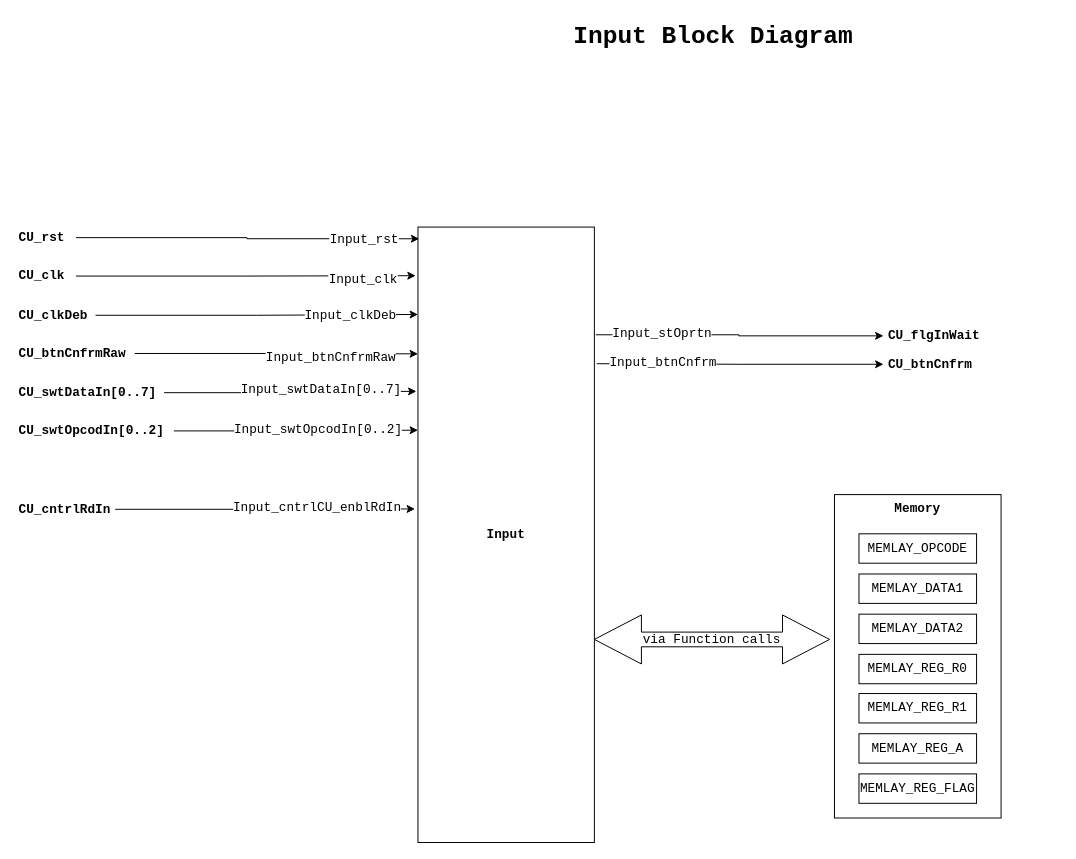
This is page "Input_BD" (5 of 9) of 04_ControlUnit_v1/CPU_Design.drawio from Vichu95/Basic_CPU_FPGA, a draw.io file, before an edit. Source tidied: cells renumbered, new cells numbered last; positions are measured from the earlier drawing's top-left corner, leaving out a move shared by most shapes. Both pictures are drawn from the tidied source at 98%, with x=0, y=0 at pixel (17, 17).
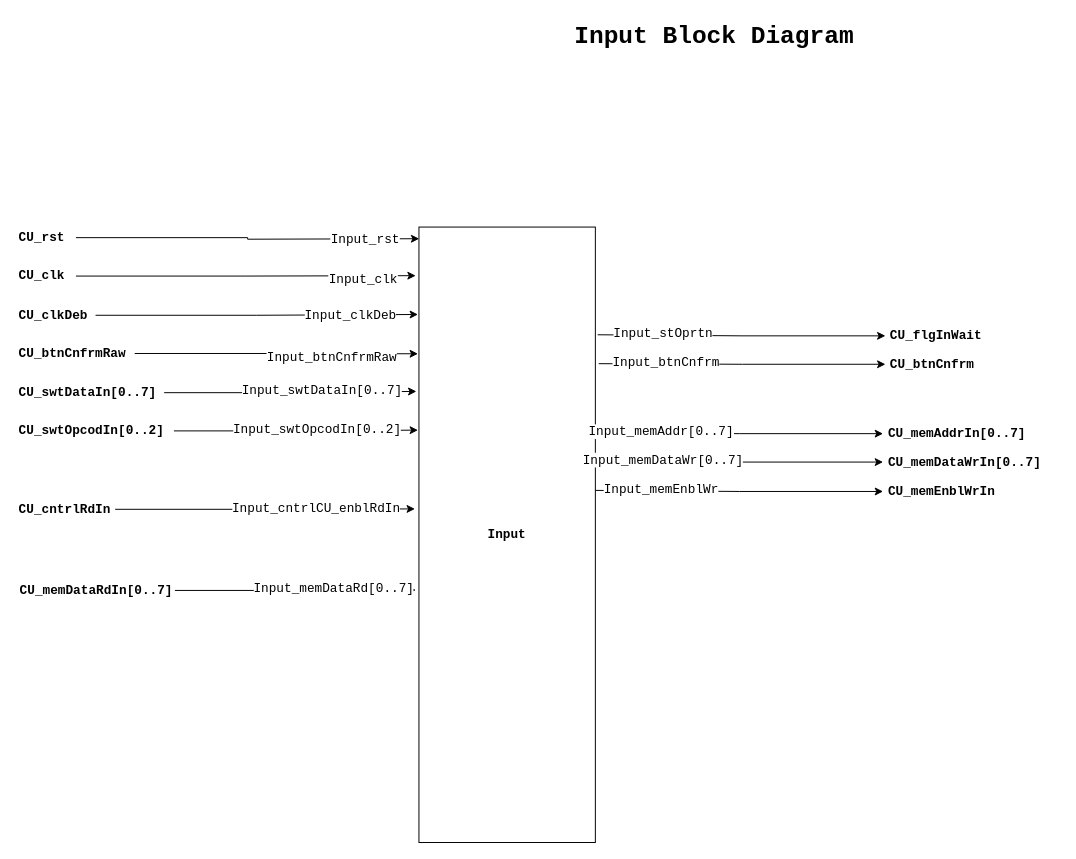
The same diagram, later.

Commit message (it also covers changes not shown here):
Added memory signals to the block diagram. 8bit address and data

The change refers to these unchanged cells:
```xml
<mxCell id="6" value="CU_btnCnfrmRaw" style="text;html=1;align=left;verticalAlign=middle;points=[];strokeColor=none;fillColor=none;fontStyle=1;labelBackgroundColor=none;fontColor=#000000;fontSize=13;fontFamily=Courier New;spacing=2;spacingRight=-13;" parent="1" vertex="1">
  <mxGeometry y="328.2" width="120" height="30" as="geometry" />
</mxCell>
<mxCell id="9" value="CU_rst" style="text;html=1;align=left;verticalAlign=middle;points=[];strokeColor=none;fillColor=none;fontStyle=1;labelBackgroundColor=none;fontColor=#000000;fontSize=13;fontFamily=Courier New;spacing=2;spacingRight=-13;" parent="1" vertex="1">
  <mxGeometry y="210" width="60" height="30" as="geometry" />
</mxCell>
<mxCell id="12" value="CU_swtDataIn[0..7]" style="text;html=1;align=left;verticalAlign=middle;points=[];strokeColor=none;fillColor=none;fontStyle=1;labelBackgroundColor=none;fontColor=#000000;fontSize=13;fontFamily=Courier New;spacing=2;spacingRight=-13;" parent="1" vertex="1">
  <mxGeometry y="368.2" width="150" height="30" as="geometry" />
</mxCell>
<mxCell id="15" value="CU_swtOpcodIn[0..2]" style="text;html=1;align=left;verticalAlign=middle;points=[];strokeColor=none;fillColor=none;fontStyle=1;labelBackgroundColor=none;fontColor=#000000;fontSize=13;fontFamily=Courier New;spacing=2;spacingRight=-13;" parent="1" vertex="1">
  <mxGeometry y="407.2" width="160" height="30" as="geometry" />
</mxCell>
<mxCell id="18" value="CU_clk" style="text;html=1;align=left;verticalAlign=middle;points=[];strokeColor=none;fillColor=none;fontStyle=1;labelBackgroundColor=none;fontColor=#000000;fontSize=13;fontFamily=Courier New;spacing=2;spacingRight=-13;" parent="1" vertex="1">
  <mxGeometry y="249.2" width="60" height="30" as="geometry" />
</mxCell>
<mxCell id="21" value="CU_clkDeb" style="text;html=1;align=left;verticalAlign=middle;points=[];strokeColor=none;fillColor=none;fontStyle=1;labelBackgroundColor=none;fontColor=#000000;fontSize=13;fontFamily=Courier New;spacing=2;spacingRight=-13;" parent="1" vertex="1">
  <mxGeometry y="289.2" width="80" height="30" as="geometry" />
</mxCell>
<mxCell id="24" value="CU_cntrlRdIn" style="text;html=1;align=left;verticalAlign=middle;points=[];strokeColor=none;fillColor=none;fontStyle=1;labelBackgroundColor=none;fontColor=#000000;fontSize=13;fontFamily=Courier New;spacing=2;spacingRight=-13;" parent="1" vertex="1">
  <mxGeometry y="487.2" width="100" height="30" as="geometry" />
</mxCell>
```

The edit, as a diff of the source:
```diff
@@
     <mxCell id="2" value="&lt;font style=&quot;font-size: 25px;&quot;&gt;&lt;b style=&quot;font-size: 25px;&quot;&gt;Input Block Diagram&lt;/b&gt;&lt;/font&gt;" style="text;html=1;align=center;verticalAlign=middle;strokeColor=none;fillColor=none;fontSize=25;fontFamily=Courier New;" parent="1" vertex="1">
-      <mxGeometry x="555" width="310" height="40" as="geometry" />
+      <mxGeometry x="556" width="310" height="40" as="geometry" />
     </mxCell>
     <mxCell id="3" value="&lt;b&gt;&lt;font style=&quot;font-size: 13px;&quot;&gt;Input&lt;/font&gt;&lt;/b&gt;" style="rounded=0;whiteSpace=wrap;html=1;fontFamily=Courier New;fontSize=11;" parent="1" vertex="1">
-      <mxGeometry x="409" y="214.2" width="180" height="628" as="geometry" />
+      <mxGeometry x="410" y="214.2" width="180" height="628" as="geometry" />
     </mxCell>
-    <mxCell id="4" style="edgeStyle=orthogonalEdgeStyle;rounded=0;jettySize=auto;html=1;entryX=0;entryY=0.206;entryDx=0;entryDy=0;entryPerimeter=0;fontFamily=Courier New;fontSize=13;fontColor=#000000;" parent="1" edge="1" source="6" target="3">
-      <mxGeometry relative="1" as="geometry" />
+    <mxCell id="4" style="edgeStyle=orthogonalEdgeStyle;rounded=0;jettySize=auto;html=1;entryX=0;entryY=0.206;entryDx=0;entryDy=0;entryPerimeter=0;fontFamily=Courier New;fontSize=13;fontColor=#000000;" parent="1" edge="1" source="6">
+      <mxGeometry relative="1" as="geometry">
+        <mxPoint x="409" y="343.5" as="targetPoint" />
+      </mxGeometry>
     </mxCell>
@@
-    <mxCell id="7" style="edgeStyle=orthogonalEdgeStyle;rounded=0;jettySize=auto;html=1;fontFamily=Courier New;fontSize=13;fontColor=#0000FF;entryX=0.007;entryY=0.019;entryDx=0;entryDy=0;entryPerimeter=0;" parent="1" edge="1" source="9" target="3">
-      <mxGeometry relative="1" as="geometry" />
+    <mxCell id="7" style="edgeStyle=orthogonalEdgeStyle;rounded=0;jettySize=auto;html=1;fontFamily=Courier New;fontSize=13;fontColor=#0000FF;entryX=0.007;entryY=0.019;entryDx=0;entryDy=0;entryPerimeter=0;" parent="1" edge="1" source="9">
+      <mxGeometry relative="1" as="geometry">
+        <mxPoint x="410.3" y="226.1" as="targetPoint" />
+      </mxGeometry>
     </mxCell>
@@
-    <mxCell id="10" style="edgeStyle=orthogonalEdgeStyle;rounded=0;jettySize=auto;html=1;fontFamily=Courier New;fontSize=13;fontColor=#000000;entryX=-0.009;entryY=0.267;entryDx=0;entryDy=0;entryPerimeter=0;" parent="1" edge="1" source="12" target="3">
-      <mxGeometry relative="1" as="geometry" />
+    <mxCell id="10" style="edgeStyle=orthogonalEdgeStyle;rounded=0;jettySize=auto;html=1;fontFamily=Courier New;fontSize=13;fontColor=#000000;entryX=-0.009;entryY=0.267;entryDx=0;entryDy=0;entryPerimeter=0;" parent="1" edge="1" source="12">
+      <mxGeometry relative="1" as="geometry">
+        <mxPoint x="407.4" y="381.9" as="targetPoint" />
+      </mxGeometry>
     </mxCell>
@@
-    <mxCell id="13" style="edgeStyle=orthogonalEdgeStyle;rounded=0;jettySize=auto;html=1;entryX=0;entryY=0.33;entryDx=0;entryDy=0;entryPerimeter=0;fontFamily=Courier New;fontSize=13;fontColor=#000000;" parent="1" edge="1" source="15" target="3">
-      <mxGeometry relative="1" as="geometry" />
+    <mxCell id="13" style="edgeStyle=orthogonalEdgeStyle;rounded=0;jettySize=auto;html=1;entryX=0;entryY=0.33;entryDx=0;entryDy=0;entryPerimeter=0;fontFamily=Courier New;fontSize=13;fontColor=#000000;" parent="1" edge="1" source="15">
+      <mxGeometry relative="1" as="geometry">
+        <mxPoint x="409" y="421.4" as="targetPoint" />
+      </mxGeometry>
     </mxCell>
@@
-    <mxCell id="16" style="edgeStyle=orthogonalEdgeStyle;rounded=0;jettySize=auto;html=1;entryX=-0.013;entryY=0.079;entryDx=0;entryDy=0;entryPerimeter=0;fontFamily=Courier New;fontSize=13;fontColor=#000000;" parent="1" edge="1" source="18" target="3">
-      <mxGeometry relative="1" as="geometry" />
+    <mxCell id="16" style="edgeStyle=orthogonalEdgeStyle;rounded=0;jettySize=auto;html=1;entryX=-0.013;entryY=0.079;entryDx=0;entryDy=0;entryPerimeter=0;fontFamily=Courier New;fontSize=13;fontColor=#000000;" parent="1" edge="1" source="18">
+      <mxGeometry relative="1" as="geometry">
+        <mxPoint x="406.7" y="263.8" as="targetPoint" />
+      </mxGeometry>
     </mxCell>
@@
-    <mxCell id="19" style="edgeStyle=orthogonalEdgeStyle;rounded=0;jettySize=auto;html=1;entryX=0;entryY=0.142;entryDx=0;entryDy=0;fontFamily=Courier New;fontSize=13;fontColor=#000000;entryPerimeter=0;" parent="1" edge="1" source="21" target="3">
-      <mxGeometry relative="1" as="geometry" />
+    <mxCell id="19" style="edgeStyle=orthogonalEdgeStyle;rounded=0;jettySize=auto;html=1;entryX=0;entryY=0.142;entryDx=0;entryDy=0;fontFamily=Courier New;fontSize=13;fontColor=#000000;entryPerimeter=0;" parent="1" edge="1" source="21">
+      <mxGeometry relative="1" as="geometry">
+        <mxPoint x="409" y="303.4" as="targetPoint" />
+      </mxGeometry>
     </mxCell>
@@
-    <mxCell id="22" style="edgeStyle=orthogonalEdgeStyle;rounded=0;jettySize=auto;html=1;entryX=-0.017;entryY=0.458;entryDx=0;entryDy=0;entryPerimeter=0;fontFamily=Courier New;fontSize=13;fontColor=#000000;startArrow=none;startFill=0;endArrow=classic;endFill=1;" parent="1" edge="1" source="24" target="3">
-      <mxGeometry relative="1" as="geometry" />
+    <mxCell id="22" style="edgeStyle=orthogonalEdgeStyle;rounded=0;jettySize=auto;html=1;entryX=-0.017;entryY=0.458;entryDx=0;entryDy=0;entryPerimeter=0;fontFamily=Courier New;fontSize=13;fontColor=#000000;startArrow=none;startFill=0;endArrow=classic;endFill=1;" parent="1" edge="1" source="24">
+      <mxGeometry relative="1" as="geometry">
+        <mxPoint x="405.9" y="501.8" as="targetPoint" />
+      </mxGeometry>
     </mxCell>
@@
-    <mxCell id="25" style="edgeStyle=orthogonalEdgeStyle;rounded=0;jettySize=auto;html=1;entryX=1.008;entryY=0.175;entryDx=0;entryDy=0;entryPerimeter=0;fontFamily=Courier New;fontSize=13;fontColor=#000000;startArrow=classic;startFill=1;endArrow=none;endFill=0;" parent="1" edge="1" source="27" target="3">
-      <mxGeometry relative="1" as="geometry" />
+    <mxCell id="25" style="edgeStyle=orthogonalEdgeStyle;rounded=0;jettySize=auto;html=1;entryX=1.008;entryY=0.175;entryDx=0;entryDy=0;entryPerimeter=0;fontFamily=Courier New;fontSize=13;fontColor=#000000;startArrow=classic;startFill=1;endArrow=none;endFill=0;" parent="1" edge="1" source="27">
+      <mxGeometry relative="1" as="geometry">
+        <mxPoint x="592.4" y="324.1" as="targetPoint" />
+      </mxGeometry>
     </mxCell>
@@
     <mxCell id="27" value="CU_flgInWait" style="text;html=1;align=left;verticalAlign=middle;points=[];strokeColor=none;fillColor=none;fontStyle=1;labelBackgroundColor=none;fontColor=#000000;fontSize=13;fontFamily=Courier New;spacingLeft=3;" parent="1" vertex="1">
-      <mxGeometry x="884" y="310.2" width="120" height="30" as="geometry" />
+      <mxGeometry x="886" y="310.2" width="120" height="30" as="geometry" />
     </mxCell>
-    <mxCell id="28" style="edgeStyle=orthogonalEdgeStyle;rounded=0;jettySize=auto;html=1;entryX=1.014;entryY=0.222;entryDx=0;entryDy=0;entryPerimeter=0;fontFamily=Courier New;fontSize=13;fontColor=#000000;startArrow=classic;startFill=1;endArrow=none;endFill=0;" parent="1" edge="1" source="30" target="3">
-      <mxGeometry relative="1" as="geometry" />
+    <mxCell id="28" style="edgeStyle=orthogonalEdgeStyle;rounded=0;jettySize=auto;html=1;entryX=1.014;entryY=0.222;entryDx=0;entryDy=0;entryPerimeter=0;fontFamily=Courier New;fontSize=13;fontColor=#000000;startArrow=classic;startFill=1;endArrow=none;endFill=0;" parent="1" edge="1" source="30">
+      <mxGeometry relative="1" as="geometry">
+        <mxPoint x="593.5" y="353.6" as="targetPoint" />
+      </mxGeometry>
     </mxCell>
@@
     <mxCell id="30" value="CU_btnCnfrm" style="text;html=1;align=left;verticalAlign=middle;points=[];strokeColor=none;fillColor=none;fontStyle=1;labelBackgroundColor=none;fontColor=#000000;fontSize=13;fontFamily=Courier New;spacingLeft=3;" parent="1" vertex="1">
-      <mxGeometry x="884" y="339.2" width="110" height="30" as="geometry" />
+      <mxGeometry x="886" y="339.2" width="110" height="30" as="geometry" />
     </mxCell>
-    <mxCell id="31" style="group;" parent="1" vertex="1">
-      <mxGeometry x="834" y="487.2" width="170" height="330" as="geometry" />
-    </mxCell>
-    <mxCell id="32" value="Memory" style="rounded=0;whiteSpace=wrap;html=1;labelBackgroundColor=none;fontFamily=Courier New;fontSize=13;fontColor=#000000;fontStyle=1;verticalAlign=top;" parent="31" vertex="1">
-      <mxGeometry width="170" height="330" as="geometry" />
-    </mxCell>
-    <mxCell id="33" value="MEMLAY_OPCODE" style="rounded=0;whiteSpace=wrap;html=1;labelBackgroundColor=none;fontFamily=Courier New;fontSize=13;fontColor=#000000;" parent="31" vertex="1">
-      <mxGeometry x="25" y="40" width="120" height="30" as="geometry" />
-    </mxCell>
-    <mxCell id="34" value="MEMLAY_DATA1" style="rounded=0;whiteSpace=wrap;html=1;labelBackgroundColor=none;fontFamily=Courier New;fontSize=13;fontColor=#000000;" parent="31" vertex="1">
-      <mxGeometry x="25" y="81" width="120" height="30" as="geometry" />
-    </mxCell>
-    <mxCell id="35" value="MEMLAY_DATA2" style="rounded=0;whiteSpace=wrap;html=1;labelBackgroundColor=none;fontFamily=Courier New;fontSize=13;fontColor=#000000;" parent="31" vertex="1">
-      <mxGeometry x="25" y="122" width="120" height="30" as="geometry" />
-    </mxCell>
-    <mxCell id="36" value="MEMLAY_REG_R0" style="rounded=0;whiteSpace=wrap;html=1;labelBackgroundColor=none;fontFamily=Courier New;fontSize=13;fontColor=#000000;" parent="31" vertex="1">
-      <mxGeometry x="25" y="163" width="120" height="30" as="geometry" />
-    </mxCell>
-    <mxCell id="37" value="MEMLAY_REG_R1" style="rounded=0;whiteSpace=wrap;html=1;labelBackgroundColor=none;fontFamily=Courier New;fontSize=13;fontColor=#000000;" parent="31" vertex="1">
-      <mxGeometry x="25" y="203" width="120" height="30" as="geometry" />
-    </mxCell>
-    <mxCell id="38" value="MEMLAY_REG_A" style="rounded=0;whiteSpace=wrap;html=1;labelBackgroundColor=none;fontFamily=Courier New;fontSize=13;fontColor=#000000;" parent="31" vertex="1">
-      <mxGeometry x="25" y="244" width="120" height="30" as="geometry" />
-    </mxCell>
-    <mxCell id="39" value="MEMLAY_REG_FLAG" style="rounded=0;whiteSpace=wrap;html=1;labelBackgroundColor=none;fontFamily=Courier New;fontSize=13;fontColor=#000000;" parent="31" vertex="1">
-      <mxGeometry x="25" y="285" width="120" height="30" as="geometry" />
-    </mxCell>
-    <mxCell id="40" value="via Function calls" style="shape=doubleArrow;whiteSpace=wrap;html=1;labelBackgroundColor=none;fontFamily=Courier New;fontSize=13;fontColor=#000000;rotation=0;" parent="1" vertex="1">
-      <mxGeometry x="589" y="610" width="240" height="50" as="geometry" />
-    </mxCell>
+    <mxCell id="41" style="edgeStyle=orthogonalEdgeStyle;rounded=0;jettySize=auto;html=1;entryX=1.008;entryY=0.175;entryDx=0;entryDy=0;entryPerimeter=0;fontFamily=Courier New;fontSize=13;fontColor=#000000;startArrow=classic;startFill=1;endArrow=none;endFill=0;" parent="1" edge="1" source="43">
+      <mxGeometry relative="1" as="geometry">
+        <mxPoint x="590" y="423.9" as="targetPoint" />
+      </mxGeometry>
+    </mxCell>
+    <mxCell id="42" value="Input_memAddr[0..7]" style="edgeLabel;html=1;align=center;verticalAlign=middle;fontSize=13;fontFamily=Courier New;fontColor=#000000;" parent="41" vertex="1">
+      <mxGeometry x="0.63" y="-2" relative="1" as="geometry">
+        <mxPoint x="12" as="offset" />
+      </mxGeometry>
+    </mxCell>
+    <mxCell id="43" value="CU_memAddrIn[0..7]" style="text;html=1;align=left;verticalAlign=middle;points=[];strokeColor=none;fillColor=none;fontStyle=1;labelBackgroundColor=none;fontColor=#000000;fontSize=13;fontFamily=Courier New;spacingLeft=3;" parent="1" vertex="1">
+      <mxGeometry x="883.6" y="410" width="160" height="30" as="geometry" />
+    </mxCell>
+    <mxCell id="44" style="edgeStyle=orthogonalEdgeStyle;rounded=0;jettySize=auto;html=1;entryX=1.014;entryY=0.222;entryDx=0;entryDy=0;entryPerimeter=0;fontFamily=Courier New;fontSize=13;fontColor=#000000;startArrow=classic;startFill=1;endArrow=none;endFill=0;" parent="1" edge="1" source="46">
+      <mxGeometry relative="1" as="geometry">
+        <mxPoint x="591.1" y="453.4" as="targetPoint" />
+      </mxGeometry>
+    </mxCell>
+    <mxCell id="45" value="Input_memDataWr[0..7]" style="edgeLabel;html=1;align=center;verticalAlign=middle;fontSize=13;fontFamily=Courier New;fontColor=#000000;" parent="44" vertex="1">
+      <mxGeometry x="0.73" y="-2" relative="1" as="geometry">
+        <mxPoint x="28" as="offset" />
+      </mxGeometry>
+    </mxCell>
+    <mxCell id="46" value="CU_memDataWrIn[0..7]" style="text;html=1;align=left;verticalAlign=middle;points=[];strokeColor=none;fillColor=none;fontStyle=1;labelBackgroundColor=none;fontColor=#000000;fontSize=13;fontFamily=Courier New;spacingLeft=3;" parent="1" vertex="1">
+      <mxGeometry x="883.6" y="439" width="180" height="30" as="geometry" />
+    </mxCell>
+    <mxCell id="47" style="edgeStyle=orthogonalEdgeStyle;rounded=0;jettySize=auto;html=1;entryX=1.008;entryY=0.175;entryDx=0;entryDy=0;entryPerimeter=0;fontFamily=Courier New;fontSize=13;fontColor=#000000;startArrow=classic;startFill=1;endArrow=none;endFill=0;" parent="1" edge="1" source="49">
+      <mxGeometry relative="1" as="geometry">
+        <mxPoint x="590" y="482.9" as="targetPoint" />
+      </mxGeometry>
+    </mxCell>
+    <mxCell id="48" value="Input_memEnblWr" style="edgeLabel;html=1;align=center;verticalAlign=middle;fontSize=13;fontFamily=Courier New;fontColor=#000000;" parent="47" vertex="1">
+      <mxGeometry x="0.63" y="-2" relative="1" as="geometry">
+        <mxPoint x="12" as="offset" />
+      </mxGeometry>
+    </mxCell>
+    <mxCell id="49" value="CU_memEnblWrIn" style="text;html=1;align=left;verticalAlign=middle;points=[];strokeColor=none;fillColor=none;fontStyle=1;labelBackgroundColor=none;fontColor=#000000;fontSize=13;fontFamily=Courier New;spacingLeft=3;" parent="1" vertex="1">
+      <mxGeometry x="883.6" y="469" width="130" height="30" as="geometry" />
+    </mxCell>
+    <mxCell id="50" style="edgeStyle=orthogonalEdgeStyle;rounded=0;jettySize=auto;html=1;entryX=-0.017;entryY=0.458;entryDx=0;entryDy=0;entryPerimeter=0;fontFamily=Courier New;fontSize=13;fontColor=#000000;startArrow=none;startFill=0;endArrow=classic;endFill=1;" parent="1" edge="1" source="52">
+      <mxGeometry relative="1" as="geometry">
+        <mxPoint x="406.9" y="584.6" as="targetPoint" />
+      </mxGeometry>
+    </mxCell>
+    <mxCell id="51" value="Input_memDataRd[0..7]" style="edgeLabel;html=1;align=center;verticalAlign=middle;fontSize=13;fontFamily=Courier New;fontColor=#000000;" parent="50" vertex="1">
+      <mxGeometry x="0.46" y="2" relative="1" as="geometry">
+        <mxPoint x="-18" as="offset" />
+      </mxGeometry>
+    </mxCell>
+    <mxCell id="52" value="CU_memDataRdIn[0..7]" style="text;html=1;align=left;verticalAlign=middle;points=[];strokeColor=none;fillColor=none;fontStyle=1;labelBackgroundColor=none;fontColor=#000000;fontSize=13;fontFamily=Courier New;spacing=2;spacingRight=-13;" parent="1" vertex="1">
+      <mxGeometry x="1" y="570" width="160" height="30" as="geometry" />
+    </mxCell>
```
